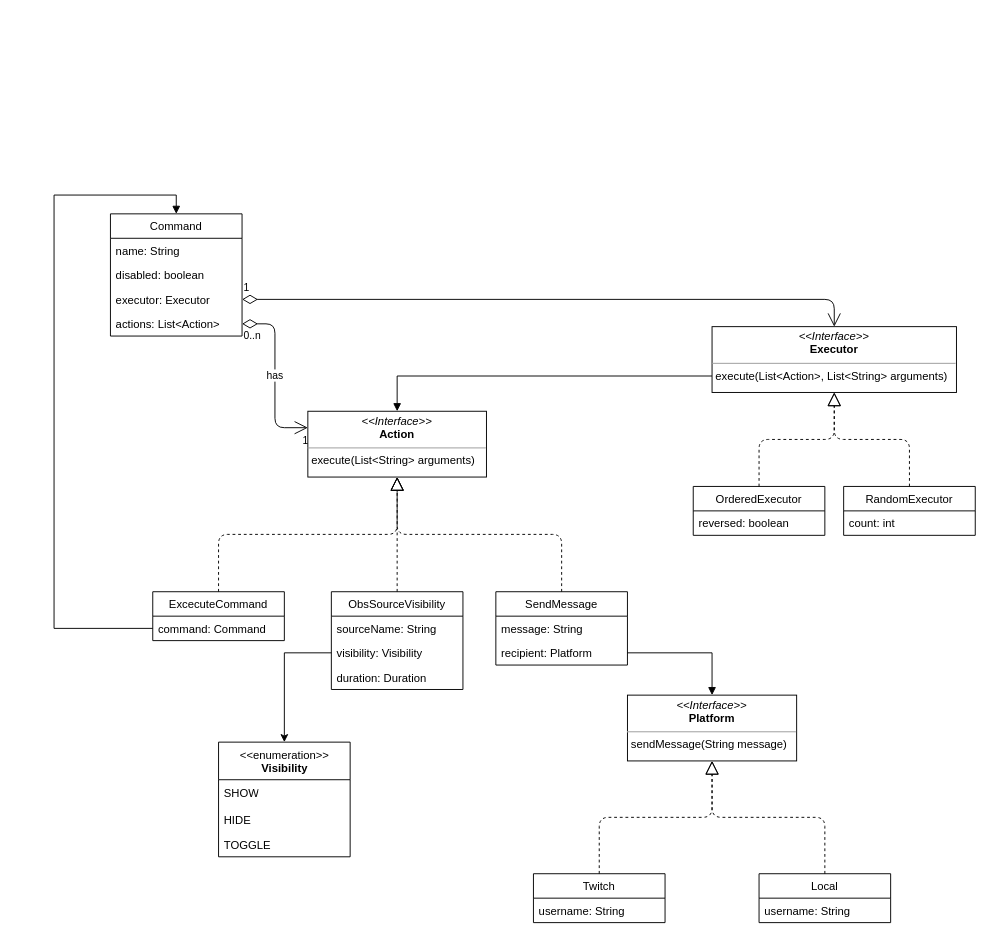
Before: src/site/resources/core-model.drawio in TinaTiel/obs-chatbot, a draw.io diagram. Source tidied: cells renumbered, new cells numbered last; positions are measured from the earlier drawing's top-left corner, leaving out a move shared by most shapes. Both pictures are drawn from the tidied source at 94%, with x=0, y=0 at pixel (54, 195).
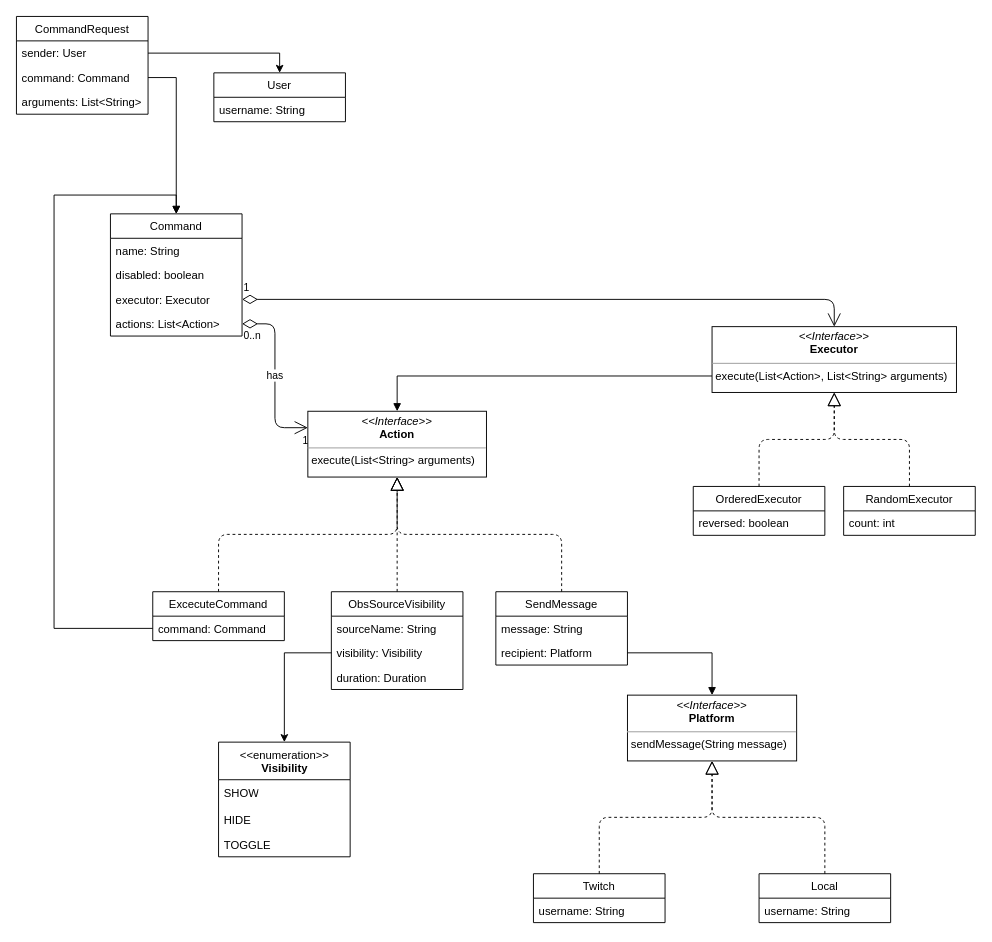
After the change.

Commit message:
Added CommandRequest and User to the model.

Unchanged cells that the change refers to:
```xml
<mxCell id="2" value="Command" style="swimlane;fontStyle=0;horizontal=1;startSize=26;fillColor=none;" parent="1" vertex="1">
  <mxGeometry x="60" y="20" width="140" height="130" as="geometry" />
</mxCell>
```

What changed in the source:
```diff
@@
+    <mxCell id="46" value="CommandRequest" style="swimlane;fontStyle=0;horizontal=1;startSize=26;fillColor=none;" parent="1" vertex="1">
+      <mxGeometry x="-40" y="-190" width="140" height="104" as="geometry" />
+    </mxCell>
+    <mxCell id="47" value="sender: User" style="text;strokeColor=none;fillColor=none;align=left;verticalAlign=top;spacingLeft=4;spacingRight=4;overflow=hidden;points=[[0,0.5],[1,0.5]];portConstraint=eastwest;" parent="46" vertex="1">
+      <mxGeometry y="26" width="140" height="26" as="geometry" />
+    </mxCell>
+    <mxCell id="48" value="command: Command" style="text;strokeColor=none;fillColor=none;align=left;verticalAlign=top;spacingLeft=4;spacingRight=4;overflow=hidden;points=[[0,0.5],[1,0.5]];portConstraint=eastwest;" parent="46" vertex="1">
+      <mxGeometry y="52" width="140" height="26" as="geometry" />
+    </mxCell>
+    <mxCell id="49" value="arguments: List&lt;String&gt;" style="text;strokeColor=none;fillColor=none;align=left;verticalAlign=top;spacingLeft=4;spacingRight=4;overflow=hidden;" parent="46" vertex="1">
+      <mxGeometry y="78" width="140" height="26" as="geometry" />
+    </mxCell>
+    <mxCell id="50" style="edgeStyle=orthogonalEdgeStyle;rounded=0;jettySize=auto;html=1;exitX=1;exitY=0.5;exitDx=0;exitDy=0;entryX=0.5;entryY=0;entryDx=0;entryDy=0;" parent="1" edge="1" source="48" target="2">
+      <mxGeometry relative="1" as="geometry" />
+    </mxCell>
+    <mxCell id="51" value="User" style="swimlane;fontStyle=0;horizontal=1;startSize=26;fillColor=none;" parent="1" vertex="1">
+      <mxGeometry x="170" y="-130" width="140" height="52" as="geometry" />
+    </mxCell>
+    <mxCell id="52" value="username: String" style="text;strokeColor=none;fillColor=none;align=left;verticalAlign=top;spacingLeft=4;spacingRight=4;overflow=hidden;" parent="51" vertex="1">
+      <mxGeometry y="26" width="140" height="26" as="geometry" />
+    </mxCell>
+    <mxCell id="53" style="edgeStyle=orthogonalEdgeStyle;rounded=0;jettySize=auto;html=1;exitX=1;exitY=0.5;exitDx=0;exitDy=0;entryX=0.5;entryY=0;entryDx=0;entryDy=0;" parent="1" edge="1" source="47" target="51">
+      <mxGeometry relative="1" as="geometry" />
+    </mxCell>
```
